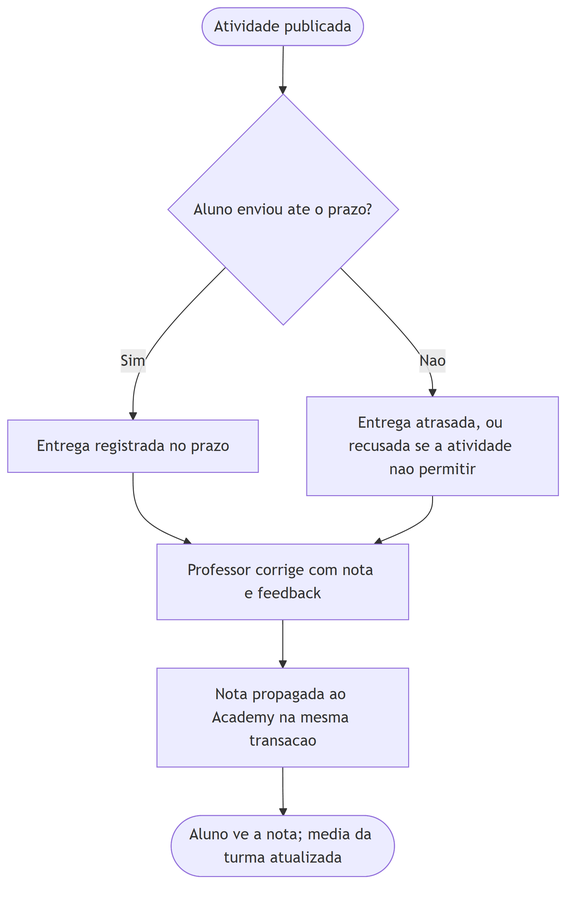
bebberjoao/RoosterOneBackend keeps this Mermaid diagram as docs/diagramas/png/ativ-atividade-2.png. Above is the earlier version. Its source is kept beside it as docs/diagramas/src/ativ-atividade-2.mmd. Source of this version:
```mermaid
flowchart TD
  A([Atividade publicada]) --> B{"Aluno enviou ate o prazo?"}
  B -->|Sim| C["Entrega registrada no prazo"]
  B -->|Nao| D["Entrega atrasada, ou recusada se a atividade nao permitir"]
  C --> E["Professor corrige com nota e feedback"]
  D --> E
  E --> F["Nota propagada ao Academy na mesma transacao"]
  F --> G([Aluno ve a nota; media da turma atualizada])
```
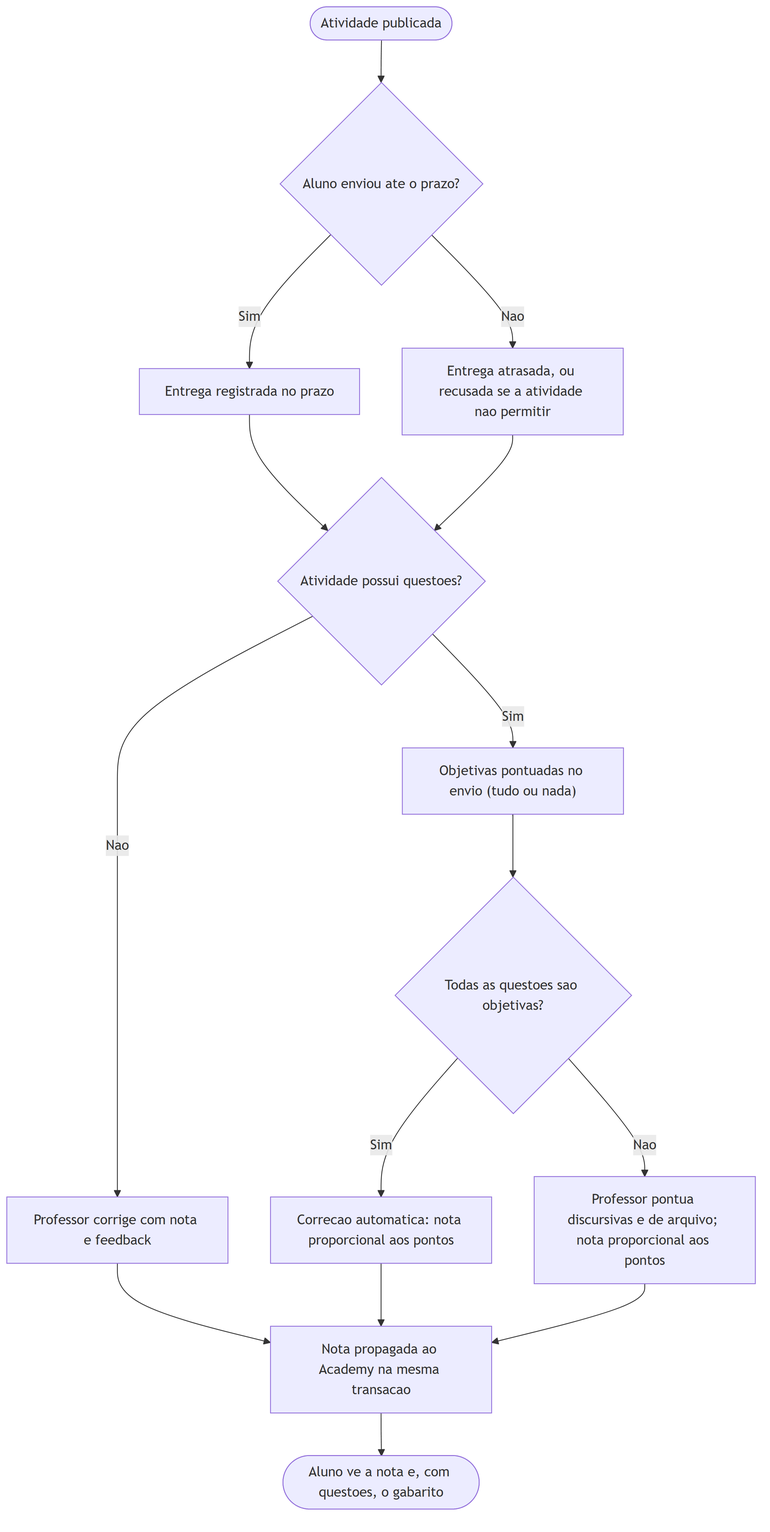
Later version of the same file.

Diff of the diagram source:
```diff
@@ -2,7 +2,14 @@
   A([Atividade publicada]) --> B{"Aluno enviou ate o prazo?"}
   B -->|Sim| C["Entrega registrada no prazo"]
   B -->|Nao| D["Entrega atrasada, ou recusada se a atividade nao permitir"]
-  C --> E["Professor corrige com nota e feedback"]
-  D --> E
+  C --> Q{"Atividade possui questoes?"}
+  D --> Q
+  Q -->|Nao| E["Professor corrige com nota e feedback"]
+  Q -->|Sim| H["Objetivas pontuadas no envio (tudo ou nada)"]
+  H --> I{"Todas as questoes sao objetivas?"}
+  I -->|Sim| J["Correcao automatica: nota proporcional aos pontos"]
+  I -->|Nao| K["Professor pontua discursivas e de arquivo; nota proporcional aos pontos"]
   E --> F["Nota propagada ao Academy na mesma transacao"]
-  F --> G([Aluno ve a nota; media da turma atualizada])
+  J --> F
+  K --> F
+  F --> G([Aluno ve a nota e, com questoes, o gabarito])
```
